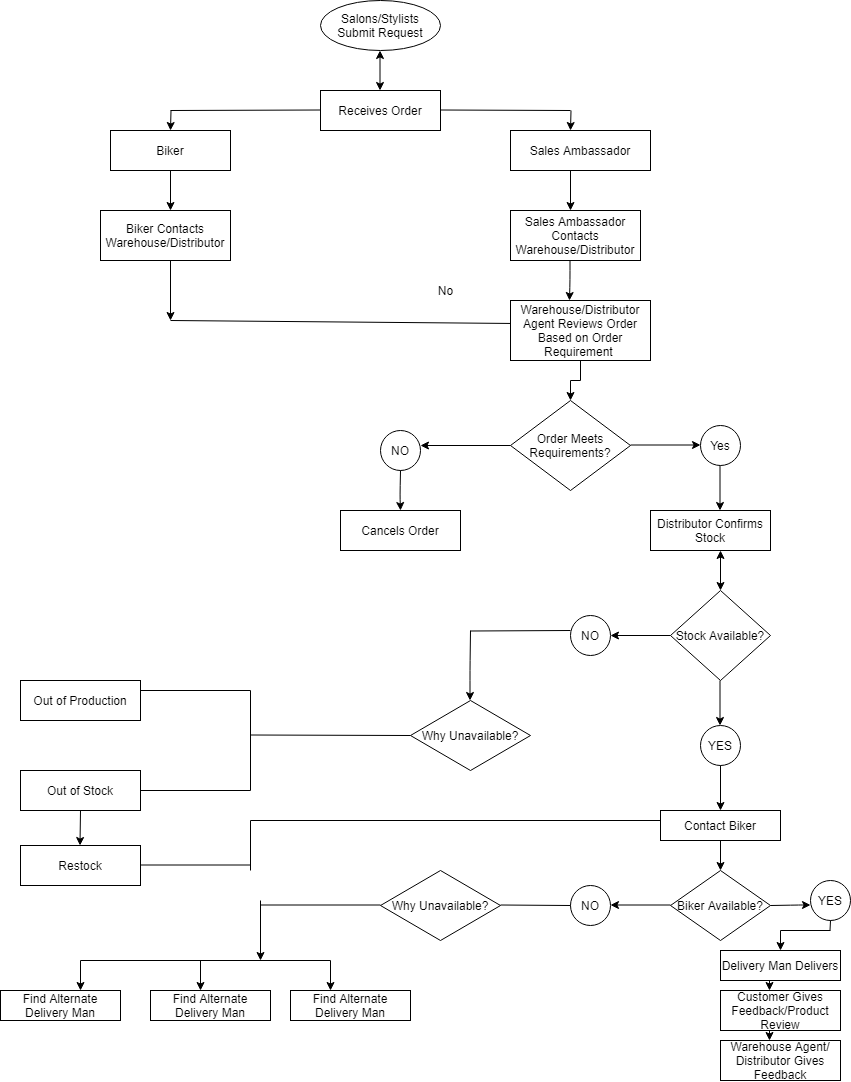
Before: Untitled Diagram2.png, a diagram exported from draw.io (Meiyoure/ddl_internship_quiz). Source tidied: cells renumbered, new cells last; positions are measured from the earlier drawing's top-left corner, leaving out a move shared by most shapes.
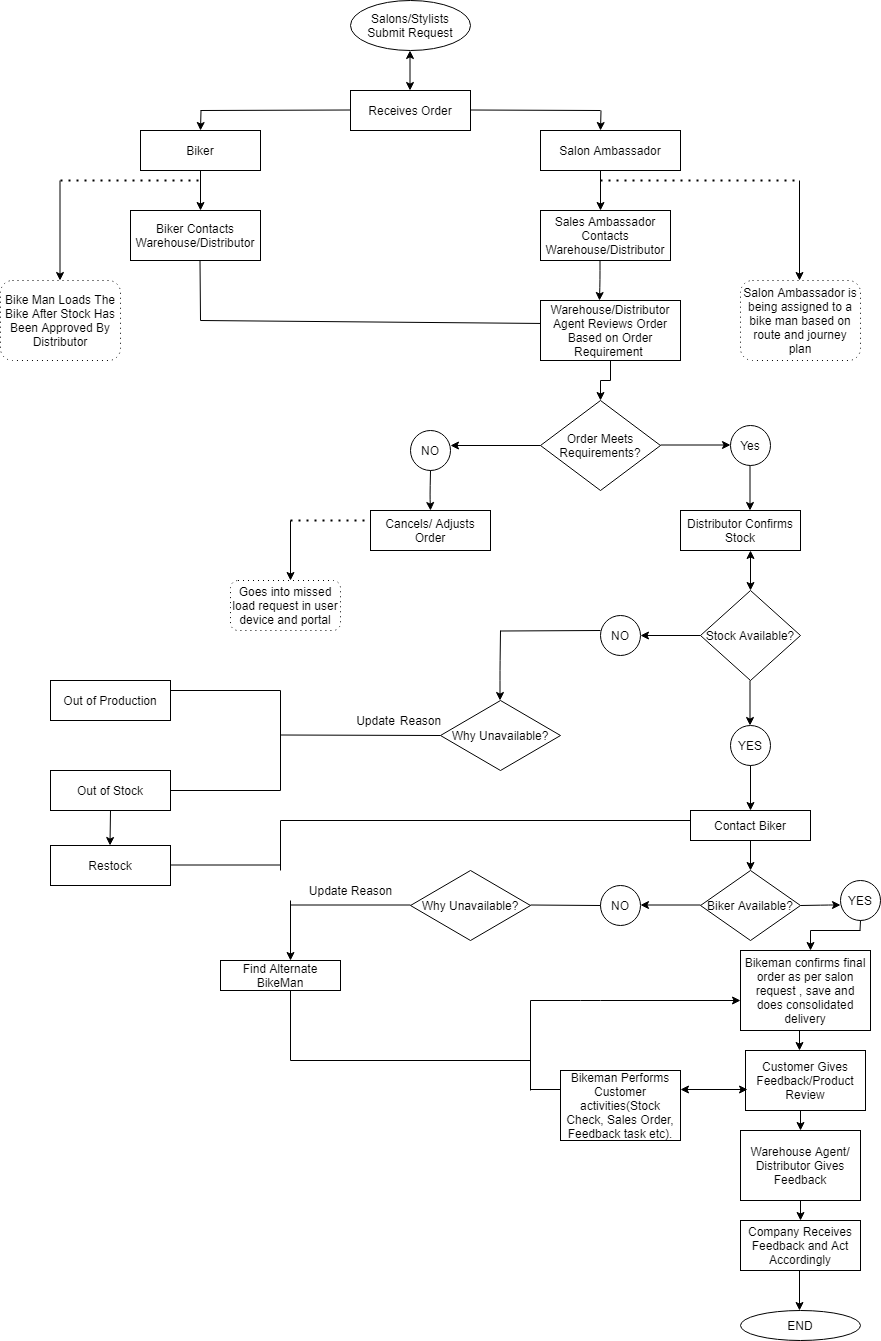
Later version of the same file.

Change to the diagram source:
```diff
@@ -16,22 +16,19 @@
         <mxPoint x="170" y="320" as="sourcePoint" />
       </mxGeometry>
     </mxCell>
-    <mxCell id="6" value="Sales Ambassador" style="rounded=0;whiteSpace=wrap;html=1;" parent="1" vertex="1">
+    <mxCell id="6" value="Salon Ambassador" style="rounded=0;whiteSpace=wrap;html=1;" parent="1" vertex="1">
       <mxGeometry x="510" y="130" width="140" height="40" as="geometry" />
     </mxCell>
     <mxCell id="7" value="Order Meets Requirements?" style="rhombus;whiteSpace=wrap;html=1;" parent="1" vertex="1">
       <mxGeometry x="510" y="400" width="120" height="90" as="geometry" />
     </mxCell>
-    <mxCell id="8" value="No" style="text;html=1;align=center;verticalAlign=middle;" parent="1" vertex="1">
-      <mxGeometry x="430" y="280" width="30" height="20" as="geometry" />
-    </mxCell>
     <mxCell id="9" value="Yes" style="ellipse;whiteSpace=wrap;html=1;" parent="1" vertex="1">
       <mxGeometry x="700" y="425" width="40" height="40" as="geometry" />
     </mxCell>
     <mxCell id="10" value="Out of Stock" style="rounded=0;whiteSpace=wrap;html=1;" parent="1" vertex="1">
       <mxGeometry x="20" y="770" width="120" height="40" as="geometry" />
     </mxCell>
-    <mxCell id="11" value="Cancels Order" style="rounded=0;whiteSpace=wrap;html=1;" parent="1" vertex="1">
+    <mxCell id="11" value="Cancels/ Adjusts Order" style="rounded=0;whiteSpace=wrap;html=1;" parent="1" vertex="1">
       <mxGeometry x="340" y="510" width="120" height="40" as="geometry" />
     </mxCell>
     <mxCell id="12" style="endArrow=classic;startArrow=classic;html=1;" parent="1" edge="1">
@@ -46,11 +43,8 @@
     <mxCell id="14" value="YES" style="ellipse;whiteSpace=wrap;html=1;" parent="1" vertex="1">
       <mxGeometry x="700" y="725" width="40" height="40" as="geometry" />
     </mxCell>
-    <mxCell id="15" value="Delivery Man Delivers" style="rounded=0;whiteSpace=wrap;html=1;" parent="1" vertex="1">
-      <mxGeometry x="720" y="950" width="120" height="30" as="geometry" />
-    </mxCell>
     <mxCell id="16" value="Customer Gives Feedback/Product Review" style="rounded=0;whiteSpace=wrap;html=1;" parent="1" vertex="1">
-      <mxGeometry x="720" y="990" width="120" height="40" as="geometry" />
+      <mxGeometry x="715" y="1050" width="120" height="60" as="geometry" />
     </mxCell>
     <mxCell id="17" style="endArrow=classic;html=1;" parent="1" edge="1">
       <mxGeometry relative="1" as="geometry">
@@ -62,13 +56,13 @@
       </mxGeometry>
     </mxCell>
     <mxCell id="18" value="Warehouse Agent/ Distributor Gives Feedback" style="whiteSpace=wrap;html=1;" parent="1" vertex="1">
-      <mxGeometry x="720" y="1040" width="120" height="40" as="geometry" />
+      <mxGeometry x="710" y="1130" width="120" height="70" as="geometry" />
     </mxCell>
     <mxCell id="19" value="Why Unavailable?" style="rhombus;whiteSpace=wrap;html=1;" parent="1" vertex="1">
       <mxGeometry x="410" y="700" width="120" height="70" as="geometry" />
     </mxCell>
-    <mxCell id="20" value="Find Alternate Delivery Man" style="rounded=0;whiteSpace=wrap;html=1;" parent="1" vertex="1">
-      <mxGeometry y="990" width="120" height="30" as="geometry" />
+    <mxCell id="20" value="Find Alternate BikeMan" style="rounded=0;whiteSpace=wrap;html=1;" parent="1" vertex="1">
+      <mxGeometry x="190" y="960" width="120" height="30" as="geometry" />
     </mxCell>
     <mxCell id="21" value="Biker" style="rounded=0;whiteSpace=wrap;html=1;" parent="1" vertex="1">
       <mxGeometry x="110" y="130" width="120" height="40" as="geometry" />
@@ -164,12 +158,6 @@
         <mxPoint x="170" y="130" as="targetPoint" />
       </mxGeometry>
     </mxCell>
-    <mxCell id="40" style="endArrow=classic;html=1;" parent="1" edge="1">
-      <mxGeometry relative="1" as="geometry">
-        <mxPoint x="170" y="260" as="sourcePoint" />
-        <mxPoint x="170" y="320" as="targetPoint" />
-      </mxGeometry>
-    </mxCell>
     <mxCell id="41" style="endArrow=classic;html=1;" parent="1" edge="1">
       <mxGeometry relative="1" as="geometry">
         <mxPoint x="569.5" y="260" as="sourcePoint" />
@@ -236,16 +224,15 @@
         <mxPoint x="780" y="950" as="targetPoint" />
       </mxGeometry>
     </mxCell>
-    <mxCell id="53" style="endArrow=classic;html=1;" parent="1" edge="1">
+    <mxCell id="53" style="endArrow=classic;html=1;" parent="1" edge="1" source="15">
       <mxGeometry relative="1" as="geometry">
-        <mxPoint x="769" y="980" as="sourcePoint" />
         <mxPoint x="769" y="990" as="targetPoint" />
       </mxGeometry>
     </mxCell>
     <mxCell id="54" style="endArrow=classic;html=1;" parent="1" edge="1">
       <mxGeometry relative="1" as="geometry">
         <mxPoint x="769" y="1030" as="sourcePoint" />
-        <mxPoint x="769" y="1040" as="targetPoint" />
+        <mxPoint x="769" y="1050" as="targetPoint" />
       </mxGeometry>
     </mxCell>
     <mxCell id="55" style="endArrow=none;html=1;" parent="1" edge="1">
@@ -272,47 +259,11 @@
         <mxPoint x="380" y="904.5" as="targetPoint" />
       </mxGeometry>
     </mxCell>
-    <mxCell id="59" style="endArrow=classic;html=1;" parent="1" edge="1">
-      <mxGeometry relative="1" as="geometry">
-        <mxPoint x="260" y="900" as="sourcePoint" />
-        <mxPoint x="260" y="960" as="targetPoint" />
-      </mxGeometry>
-    </mxCell>
     <mxCell id="60" style="endArrow=none;html=1;entryX=0;entryY=0.5;entryDx=0;entryDy=0;" parent="1" edge="1" target="48">
       <mxGeometry relative="1" as="geometry">
         <mxPoint x="500" y="904.5" as="sourcePoint" />
       </mxGeometry>
     </mxCell>
-    <mxCell id="61" style="endArrow=none;html=1;" parent="1" edge="1">
-      <mxGeometry relative="1" as="geometry">
-        <mxPoint x="80" y="960" as="sourcePoint" />
-        <mxPoint x="330" y="960" as="targetPoint" />
-      </mxGeometry>
-    </mxCell>
-    <mxCell id="62" value="Find Alternate Delivery Man" style="rounded=0;whiteSpace=wrap;html=1;" parent="1" vertex="1">
-      <mxGeometry x="150" y="990" width="120" height="30" as="geometry" />
-    </mxCell>
-    <mxCell id="63" value="Find Alternate Delivery Man" style="rounded=0;whiteSpace=wrap;html=1;" parent="1" vertex="1">
-      <mxGeometry x="290" y="990" width="120" height="30" as="geometry" />
-    </mxCell>
-    <mxCell id="64" style="endArrow=classic;html=1;" parent="1" edge="1">
-      <mxGeometry relative="1" as="geometry">
-        <mxPoint x="200" y="960" as="sourcePoint" />
-        <mxPoint x="200" y="990" as="targetPoint" />
-      </mxGeometry>
-    </mxCell>
-    <mxCell id="65" style="endArrow=classic;html=1;" parent="1" edge="1">
-      <mxGeometry relative="1" as="geometry">
-        <mxPoint x="330" y="960" as="sourcePoint" />
-        <mxPoint x="330" y="990" as="targetPoint" />
-      </mxGeometry>
-    </mxCell>
-    <mxCell id="66" style="endArrow=classic;html=1;" parent="1" edge="1">
-      <mxGeometry relative="1" as="geometry">
-        <mxPoint x="80" y="960" as="sourcePoint" />
-        <mxPoint x="80" y="990" as="targetPoint" />
-      </mxGeometry>
-    </mxCell>
     <mxCell id="67" style="endArrow=none;html=1;entryX=0;entryY=0.5;entryDx=0;entryDy=0;" parent="1" edge="1" target="19">
       <mxGeometry relative="1" as="geometry">
         <mxPoint x="250" y="734.5" as="sourcePoint" />
@@ -371,5 +322,138 @@
         <mxPoint x="79.5" y="845" as="targetPoint" />
       </mxGeometry>
     </mxCell>
+    <mxCell id="78" value="Bike Man Loads The Bike After Stock Has Been Approved By Distributor" style="shape=ext;rounded=1;html=1;whiteSpace=wrap;dashed=1;dashPattern=1 4;" parent="1" vertex="1">
+      <mxGeometry x="-30" y="280" width="120" height="80" as="geometry" />
+    </mxCell>
+    <mxCell id="79" value="Salon Ambassador is being assigned to a bike man based on route and journey plan" style="shape=ext;rounded=1;html=1;whiteSpace=wrap;dashed=1;dashPattern=1 4;" parent="1" vertex="1">
+      <mxGeometry x="710" y="280" width="120" height="80" as="geometry" />
+    </mxCell>
+    <mxCell id="80" style="endArrow=classic;html=1;" parent="1" edge="1">
+      <mxGeometry relative="1" as="geometry">
+        <mxPoint x="29.5" y="180" as="sourcePoint" />
+        <mxPoint x="29.5" y="280" as="targetPoint" />
+      </mxGeometry>
+    </mxCell>
+    <mxCell id="81" value="Update" style="text;html=1;align=center;verticalAlign=middle;" parent="1" vertex="1">
+      <mxGeometry x="320" y="710" width="50" height="20" as="geometry" />
+    </mxCell>
+    <mxCell id="82" value="Reason" style="text;html=1;align=center;verticalAlign=middle;" parent="1" vertex="1">
+      <mxGeometry x="360" y="710" width="60" height="20" as="geometry" />
+    </mxCell>
+    <mxCell id="83" value="Goes into missed load request in user device and portal" style="shape=ext;rounded=1;html=1;whiteSpace=wrap;dashed=1;dashPattern=1 4;" parent="1" vertex="1">
+      <mxGeometry x="200" y="580" width="110" height="50" as="geometry" />
+    </mxCell>
+    <mxCell id="84" style="endArrow=classic;html=1;" parent="1" edge="1">
+      <mxGeometry relative="1" as="geometry">
+        <mxPoint x="260" y="520" as="sourcePoint" />
+        <mxPoint x="260" y="580" as="targetPoint" />
+      </mxGeometry>
+    </mxCell>
+    <mxCell id="85" style="endArrow=none;dashed=1;html=1;dashPattern=1 3;strokeWidth=2;" parent="1" edge="1">
+      <mxGeometry relative="1" as="geometry">
+        <mxPoint x="260" y="520" as="sourcePoint" />
+        <mxPoint x="340" y="520" as="targetPoint" />
+      </mxGeometry>
+    </mxCell>
+    <mxCell id="86" style="endArrow=none;dashed=1;html=1;dashPattern=1 3;strokeWidth=2;" parent="1" edge="1">
+      <mxGeometry relative="1" as="geometry">
+        <mxPoint x="30" y="180" as="sourcePoint" />
+        <mxPoint x="170" y="180" as="targetPoint" />
+      </mxGeometry>
+    </mxCell>
+    <mxCell id="87" style="endArrow=none;dashed=1;html=1;dashPattern=1 3;strokeWidth=2;" parent="1" edge="1">
+      <mxGeometry relative="1" as="geometry">
+        <mxPoint x="570" y="180" as="sourcePoint" />
+        <mxPoint x="770" y="180" as="targetPoint" />
+      </mxGeometry>
+    </mxCell>
+    <mxCell id="88" style="endArrow=classic;html=1;" parent="1" edge="1">
+      <mxGeometry relative="1" as="geometry">
+        <mxPoint x="769" y="180" as="sourcePoint" />
+        <mxPoint x="769" y="280" as="targetPoint" />
+      </mxGeometry>
+    </mxCell>
+    <mxCell id="15" value="&lt;span&gt;Bikeman confirms final order as per salon request , save and does consolidated delivery&lt;/span&gt;" style="rounded=0;whiteSpace=wrap;html=1;" parent="1" vertex="1">
+      <mxGeometry x="710" y="950" width="130" height="80" as="geometry" />
+    </mxCell>
+    <mxCell id="89" style="endArrow=classic;html=1;" parent="1" edge="1">
+      <mxGeometry relative="1" as="geometry">
+        <mxPoint x="770" y="1110" as="sourcePoint" />
+        <mxPoint x="770" y="1130" as="targetPoint" />
+      </mxGeometry>
+    </mxCell>
+    <mxCell id="90" style="endArrow=none;html=1;" parent="1" edge="1">
+      <mxGeometry relative="1" as="geometry">
+        <mxPoint x="500" y="1090" as="sourcePoint" />
+        <mxPoint x="500" y="1000" as="targetPoint" />
+      </mxGeometry>
+    </mxCell>
+    <mxCell id="91" style="endArrow=classic;html=1;entryX=0;entryY=0.625;entryDx=0;entryDy=0;entryPerimeter=0;" parent="1" edge="1" target="15">
+      <mxGeometry relative="1" as="geometry">
+        <mxPoint x="500" y="1000" as="sourcePoint" />
+        <Array as="points">
+          <mxPoint x="560" y="1000" />
+        </Array>
+      </mxGeometry>
+    </mxCell>
+    <mxCell id="92" style="endArrow=none;html=1;" parent="1" edge="1">
+      <mxGeometry relative="1" as="geometry">
+        <mxPoint x="500" y="1089" as="sourcePoint" />
+        <mxPoint x="560" y="1089" as="targetPoint" />
+      </mxGeometry>
+    </mxCell>
+    <mxCell id="93" value="Bikeman Performs Customer activities(Stock Check, Sales Order, Feedback task etc)." style="rounded=0;whiteSpace=wrap;html=1;" parent="1" vertex="1">
+      <mxGeometry x="530" y="1070" width="120" height="70" as="geometry" />
+    </mxCell>
+    <mxCell id="94" style="endArrow=classic;startArrow=classic;html=1;entryX=0.017;entryY=0.65;entryDx=0;entryDy=0;entryPerimeter=0;" parent="1" edge="1" target="16">
+      <mxGeometry relative="1" as="geometry">
+        <mxPoint x="650" y="1089" as="sourcePoint" />
+      </mxGeometry>
+    </mxCell>
+    <mxCell id="95" style="endArrow=classic;html=1;" parent="1" edge="1">
+      <mxGeometry relative="1" as="geometry">
+        <mxPoint x="770" y="1200" as="sourcePoint" />
+        <mxPoint x="770" y="1220" as="targetPoint" />
+      </mxGeometry>
+    </mxCell>
+    <mxCell id="96" value="Company Receives Feedback and Act Accordingly" style="rounded=0;whiteSpace=wrap;html=1;" parent="1" vertex="1">
+      <mxGeometry x="710" y="1220" width="120" height="50" as="geometry" />
+    </mxCell>
+    <mxCell id="97" style="endArrow=classic;html=1;" parent="1" edge="1">
+      <mxGeometry relative="1" as="geometry">
+        <mxPoint x="769" y="1270" as="sourcePoint" />
+        <mxPoint x="769" y="1310" as="targetPoint" />
+      </mxGeometry>
+    </mxCell>
+    <mxCell id="98" value="END" style="ellipse;whiteSpace=wrap;html=1;" parent="1" vertex="1">
+      <mxGeometry x="710" y="1310" width="120" height="30" as="geometry" />
+    </mxCell>
+    <mxCell id="99" value="Update Reason" style="text;html=1;align=center;verticalAlign=middle;" parent="1" vertex="1">
+      <mxGeometry x="270" y="880" width="100" height="20" as="geometry" />
+    </mxCell>
+    <mxCell id="100" style="endArrow=none;html=1;" parent="1" edge="1">
+      <mxGeometry relative="1" as="geometry">
+        <mxPoint x="169.5" y="260" as="sourcePoint" />
+        <mxPoint x="170" y="320" as="targetPoint" />
+      </mxGeometry>
+    </mxCell>
+    <mxCell id="101" style="endArrow=classic;html=1;" parent="1" edge="1">
+      <mxGeometry relative="1" as="geometry">
+        <mxPoint x="260" y="900" as="sourcePoint" />
+        <mxPoint x="260" y="960" as="targetPoint" />
+      </mxGeometry>
+    </mxCell>
+    <mxCell id="102" style="endArrow=none;html=1;" parent="1" edge="1">
+      <mxGeometry relative="1" as="geometry">
+        <mxPoint x="260" y="990" as="sourcePoint" />
+        <mxPoint x="260" y="1060" as="targetPoint" />
+      </mxGeometry>
+    </mxCell>
+    <mxCell id="103" style="endArrow=none;html=1;" parent="1" edge="1">
+      <mxGeometry relative="1" as="geometry">
+        <mxPoint x="260" y="1060" as="sourcePoint" />
+        <mxPoint x="500" y="1060" as="targetPoint" />
+      </mxGeometry>
+    </mxCell>
   </root>
 </mxGraphModel>
```
